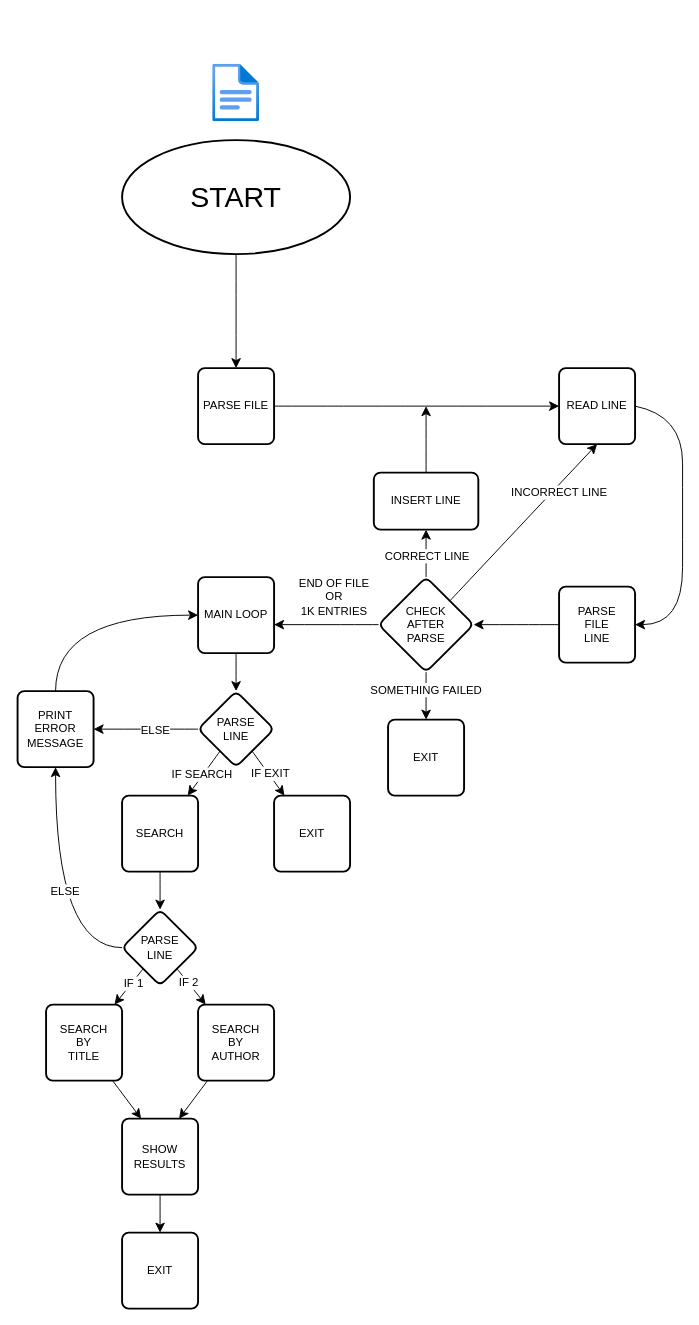
This is sd04ex00.drawio from X2Borgo/42xunifi-structured-development-2025-alborghi, a draw.io file, before an edit. Source tidied: cells renumbered, new cells numbered last; positions are measured from the earlier drawing's top-left corner, leaving out a move shared by most shapes. Both pictures are drawn from the tidied source at 95%, with x=0, y=0 at pixel (17, 64).
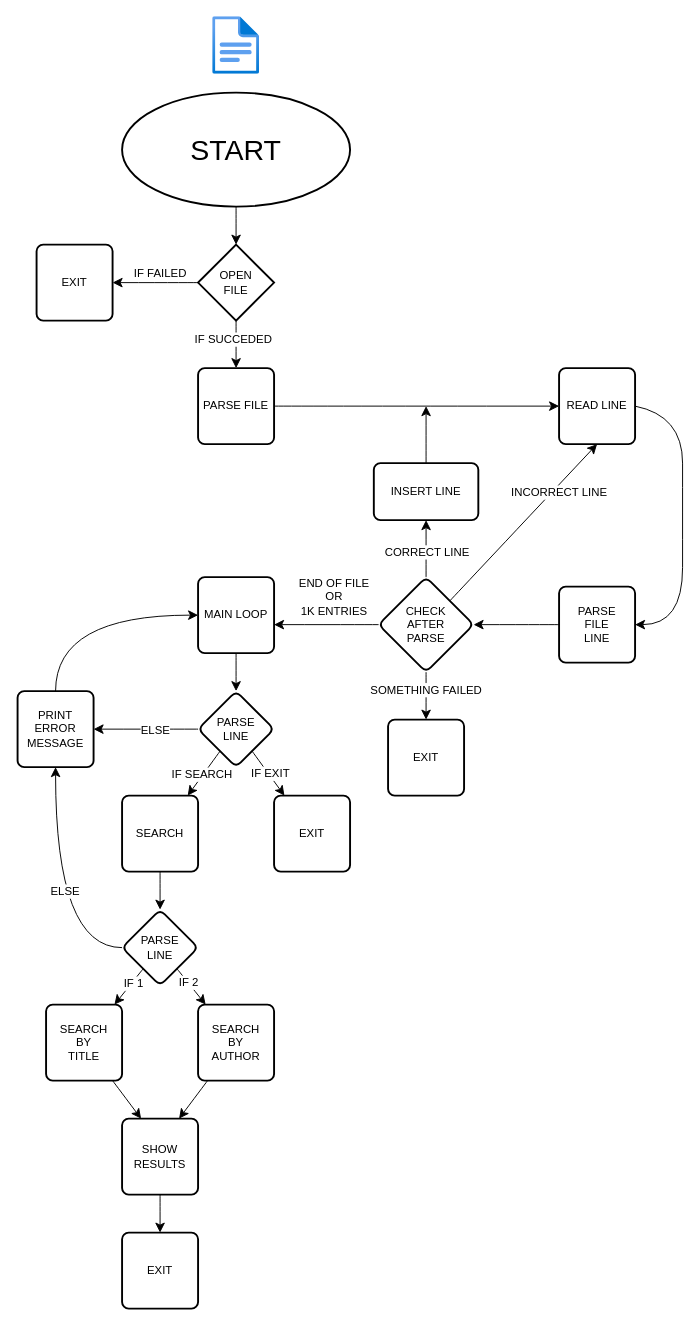
The same page after the edit.

Unchanged cells that the change refers to:
```xml
<mxCell id="6" value="PARSE FILE" style="rounded=1;whiteSpace=wrap;html=1;absoluteArcSize=1;arcSize=14;strokeWidth=2;" parent="1" vertex="1">
  <mxGeometry x="190" y="320" width="80" height="80" as="geometry" />
</mxCell>
```

What changed in the source:
```diff
@@
-    <mxCell id="2" style="edgeStyle=none;curved=1;rounded=0;jettySize=auto;html=1;fontSize=12;startSize=8;endSize=8;" parent="1" edge="1" source="3" target="6">
-      <mxGeometry relative="1" as="geometry" />
-    </mxCell>
+    <mxCell id="51" style="edgeStyle=none;curved=1;rounded=0;jettySize=auto;html=1;fontSize=12;startSize=8;endSize=8;" parent="1" edge="1" source="3" target="56">
+      <mxGeometry relative="1" as="geometry" />
+    </mxCell>
     <mxCell id="3" value="&lt;font style=&quot;font-size: 30px;&quot;&gt;START&lt;/font&gt;" style="strokeWidth=2;html=1;shape=mxgraph.flowchart.start_1;whiteSpace=wrap;" parent="1" vertex="1">
-      <mxGeometry x="110" y="80" width="240" height="120" as="geometry" />
+      <mxGeometry x="110" y="30" width="240" height="120" as="geometry" />
     </mxCell>
     <mxCell id="4" style="image;html=1;align=center;fontSize=12;image=img/lib/azure2/general/File.svg;" parent="1" vertex="1">
-      <mxGeometry x="205.4" width="49.3" height="60.7" as="geometry" />
+      <mxGeometry x="205.4" y="-50" width="49.3" height="60.7" as="geometry" />
     </mxCell>
@@
     <mxCell id="22" value="INSERT LINE" style="whiteSpace=wrap;html=1;rounded=1;absoluteArcSize=1;arcSize=14;strokeWidth=2;" parent="1" vertex="1">
-      <mxGeometry x="375" y="430" width="110" height="60" as="geometry" />
+      <mxGeometry x="375" y="420" width="110" height="60" as="geometry" />
     </mxCell>
@@
+    <mxCell id="52" style="edgeStyle=none;curved=1;rounded=0;jettySize=auto;html=1;entryX=0.5;entryY=0;entryDx=0;entryDy=0;fontSize=12;startSize=8;endSize=8;" parent="1" edge="1" source="56" target="6">
+      <mxGeometry relative="1" as="geometry" />
+    </mxCell>
+    <mxCell id="53" value="IF SUCCEDED" style="edgeLabel;html=1;align=center;verticalAlign=middle;fontSize=12;" parent="52" vertex="1">
+      <mxGeometry x="-0.23" y="-4" relative="1" as="geometry" />
+    </mxCell>
+    <mxCell id="54" style="edgeStyle=none;curved=1;rounded=0;jettySize=auto;html=1;fontSize=12;startSize=8;endSize=8;entryX=1;entryY=0.5;entryDx=0;entryDy=0;" parent="1" edge="1" source="56" target="57">
+      <mxGeometry relative="1" as="geometry" />
+    </mxCell>
+    <mxCell id="55" value="IF FAILED" style="edgeLabel;html=1;align=center;verticalAlign=middle;fontSize=12;" parent="54" vertex="1">
+      <mxGeometry x="0.1" relative="1" as="geometry">
+        <mxPoint x="9" y="-10" as="offset" />
+      </mxGeometry>
+    </mxCell>
+    <mxCell id="56" value="OPEN&lt;div&gt;FILE&lt;/div&gt;" style="rhombus;whiteSpace=wrap;html=1;strokeWidth=2;" parent="1" vertex="1">
+      <mxGeometry x="190" y="190" width="80" height="80" as="geometry" />
+    </mxCell>
+    <mxCell id="57" value="EXIT" style="rounded=1;whiteSpace=wrap;html=1;absoluteArcSize=1;arcSize=14;strokeWidth=2;" parent="1" vertex="1">
+      <mxGeometry x="20" y="190" width="80" height="80" as="geometry" />
+    </mxCell>
```
